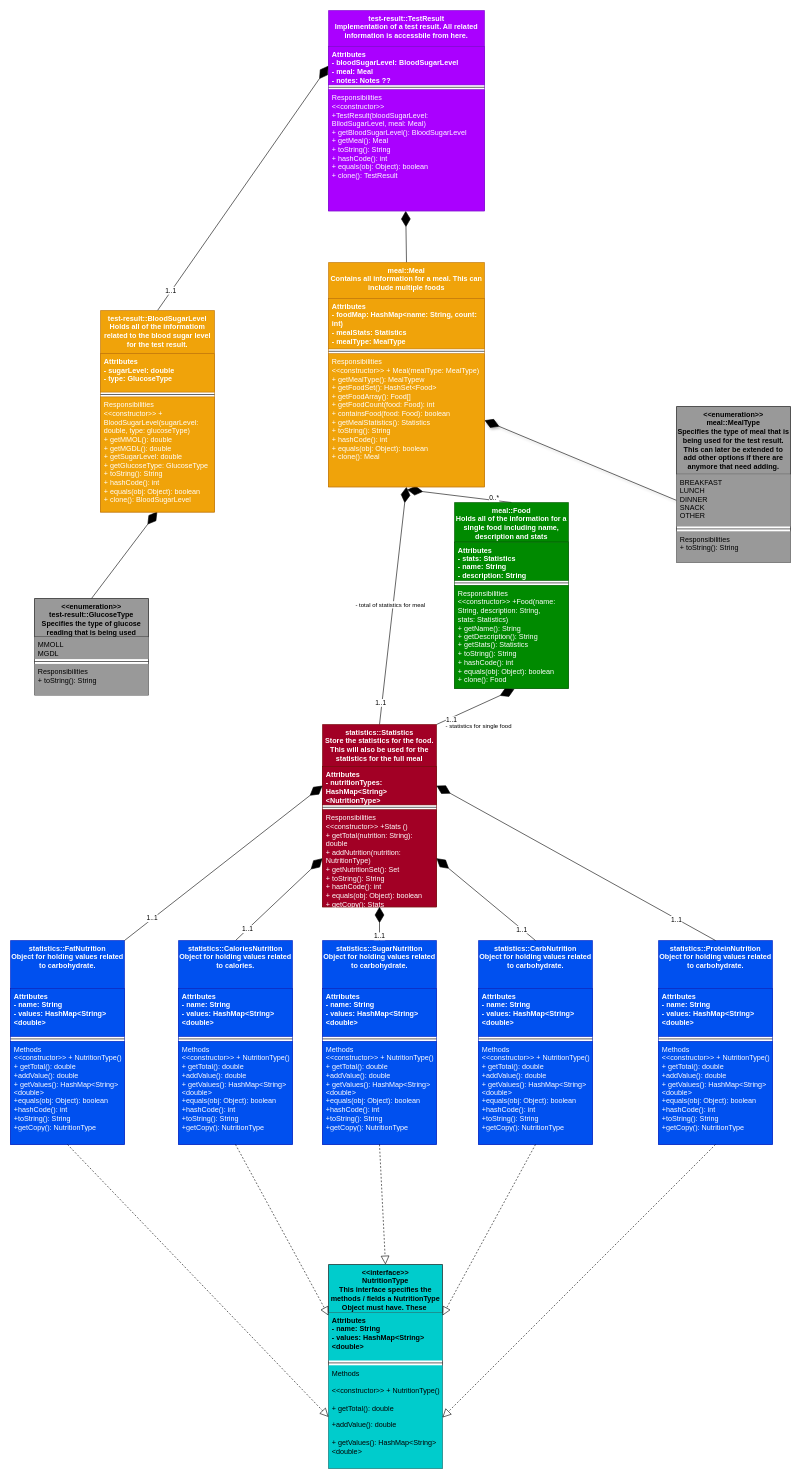
Earlier version of the draw.io diagram Docs/ProjectLayout.drawio (dave-t-c/test-result). Source tidied: cells renumbered, new cells numbered last; positions are measured from the earlier drawing's top-left corner, leaving out a move shared by most shapes. Both pictures are drawn from the tidied source at 60%, with x=0, y=0 at pixel (10, 10).
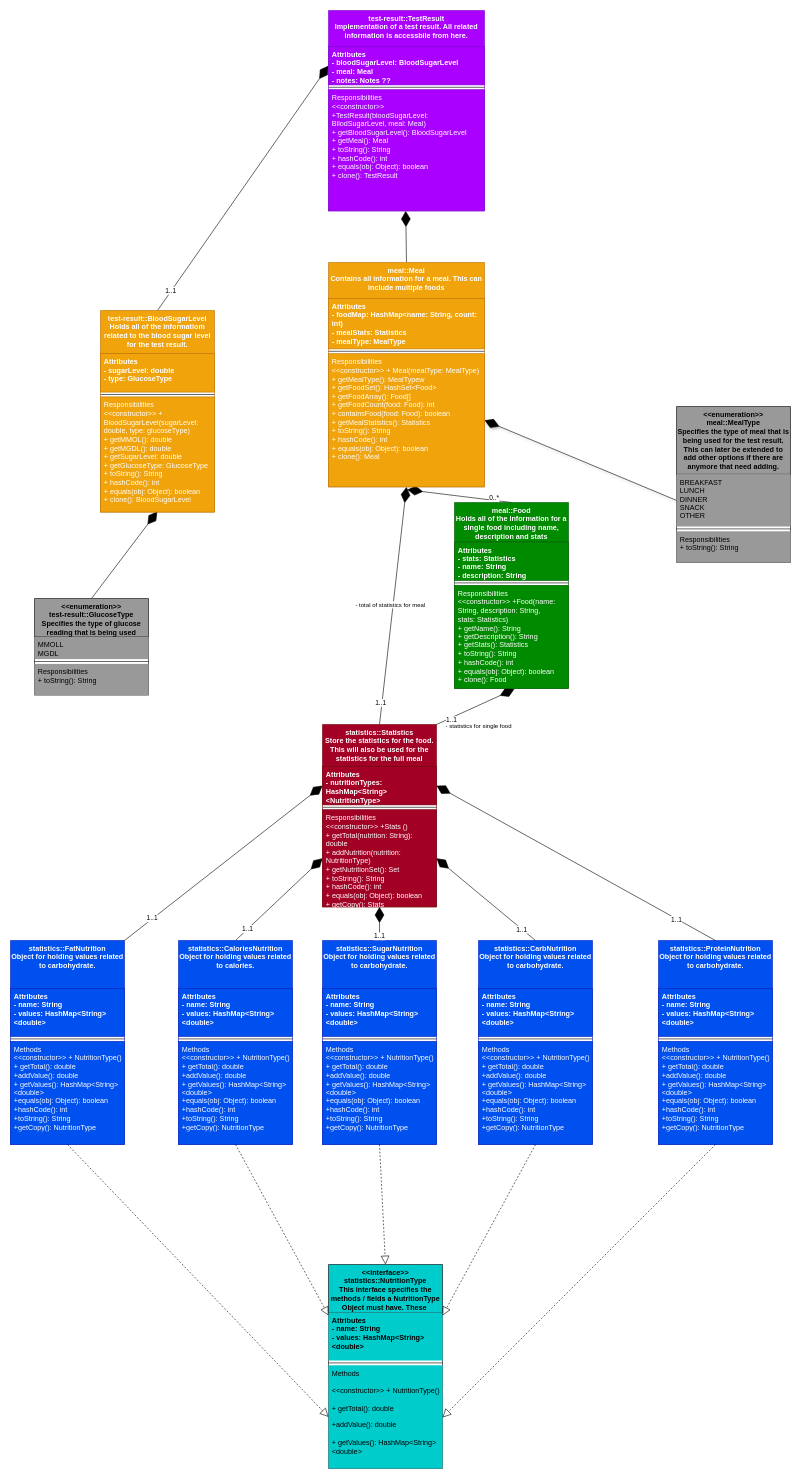
The same diagram, later.

Commit message:
Add package name to Nutrition interface

Add a package name to the nutrition interface as it was missing before.

The edit, as a diff of the source:
```diff
@@
-    <mxCell id="63" value="&lt;&lt;interface&gt;&gt;&#10;NutritionType&#10;This interface specifies the methods / fields a NutritionType Object must have. These " style="swimlane;fontStyle=1;align=center;verticalAlign=top;horizontal=1;startSize=80;whiteSpace=wrap;fillColor=#00CCCC;" parent="1" vertex="1">
+    <mxCell id="63" value="&lt;&lt;interface&gt;&gt;&#10;statistics::NutritionType&#10;This interface specifies the methods / fields a NutritionType Object must have. These " style="swimlane;fontStyle=1;align=center;verticalAlign=top;horizontal=1;startSize=80;whiteSpace=wrap;fillColor=#00CCCC;" parent="1" vertex="1">
       <mxGeometry x="530" y="2090" width="190" height="340" as="geometry" />
     </mxCell>
```
